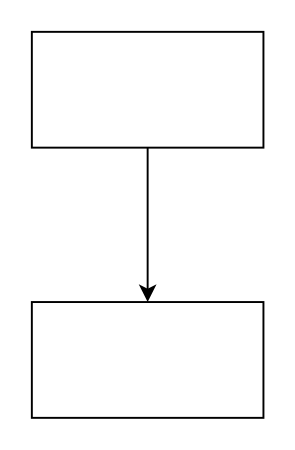
Above: backend.drawio in ayushkumar605575/BackEnd_bottmac (draw.io), before the change. Source tidied: cells renumbered, new cells numbered last; positions are measured from the earlier drawing's top-left corner, leaving out a move shared by most shapes. Both pictures are drawn from the tidied source at 193%, with x=0, y=0 at pixel (31, 31).
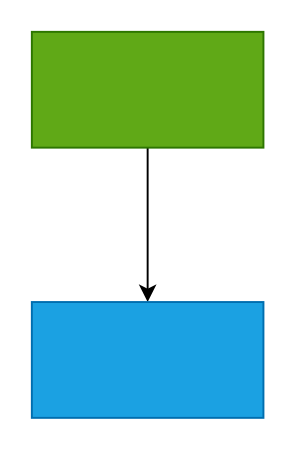
After the change.

Diff of the diagram source:
```diff
@@
 <mxGraphModel>
   <root>
     <mxCell id="0" />
     <mxCell id="1" parent="0" />
     <mxCell id="2" style="edgeStyle=none;html=1;" parent="1" edge="1" source="3" target="4">
       <mxGeometry relative="1" as="geometry" />
     </mxCell>
-    <mxCell id="3" style="rounded=0;whiteSpace=wrap;html=1;" parent="1" vertex="1">
+    <mxCell id="3" style="rounded=0;whiteSpace=wrap;html=1;fillColor=#60a917;fontColor=#ffffff;strokeColor=#2D7600;" parent="1" vertex="1">
       <mxGeometry width="120" height="60" as="geometry" />
     </mxCell>
-    <mxCell id="4" style="whiteSpace=wrap;html=1;rounded=0;" parent="1" vertex="1">
+    <mxCell id="4" style="whiteSpace=wrap;html=1;rounded=0;fillColor=#1ba1e2;fontColor=#ffffff;strokeColor=#006EAF;" parent="1" vertex="1">
       <mxGeometry y="140" width="120" height="60" as="geometry" />
     </mxCell>
   </root>
 </mxGraphModel>
```
